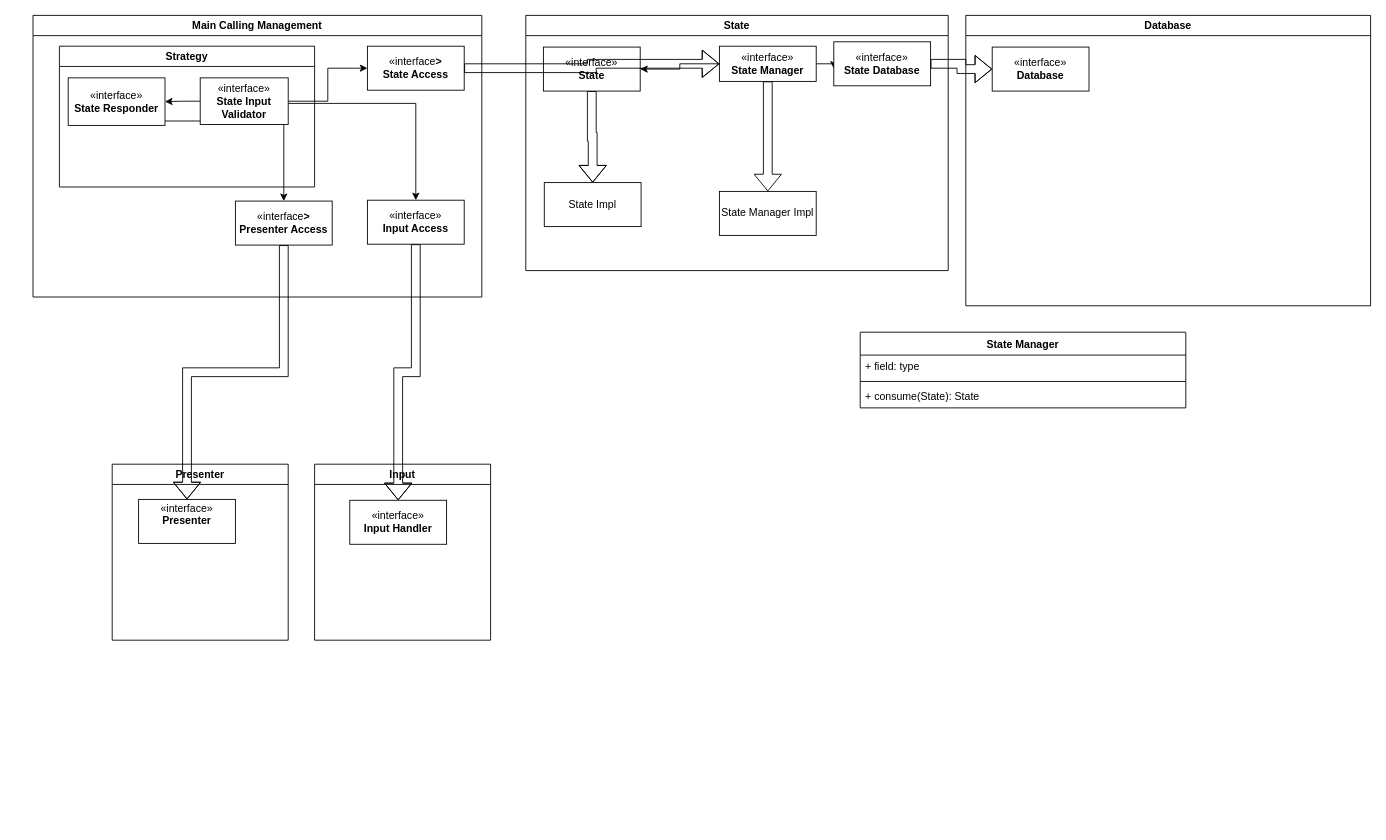
singlerr/UML keeps this draw.io diagram as semaphore.drawio. Above is the earlier version. Source tidied: cells renumbered, new cells numbered last; positions are measured from the earlier drawing's top-left corner, leaving out a move shared by most shapes. Both pictures are drawn from the tidied source at 88%, with x=0, y=0 at pixel (33, 15).
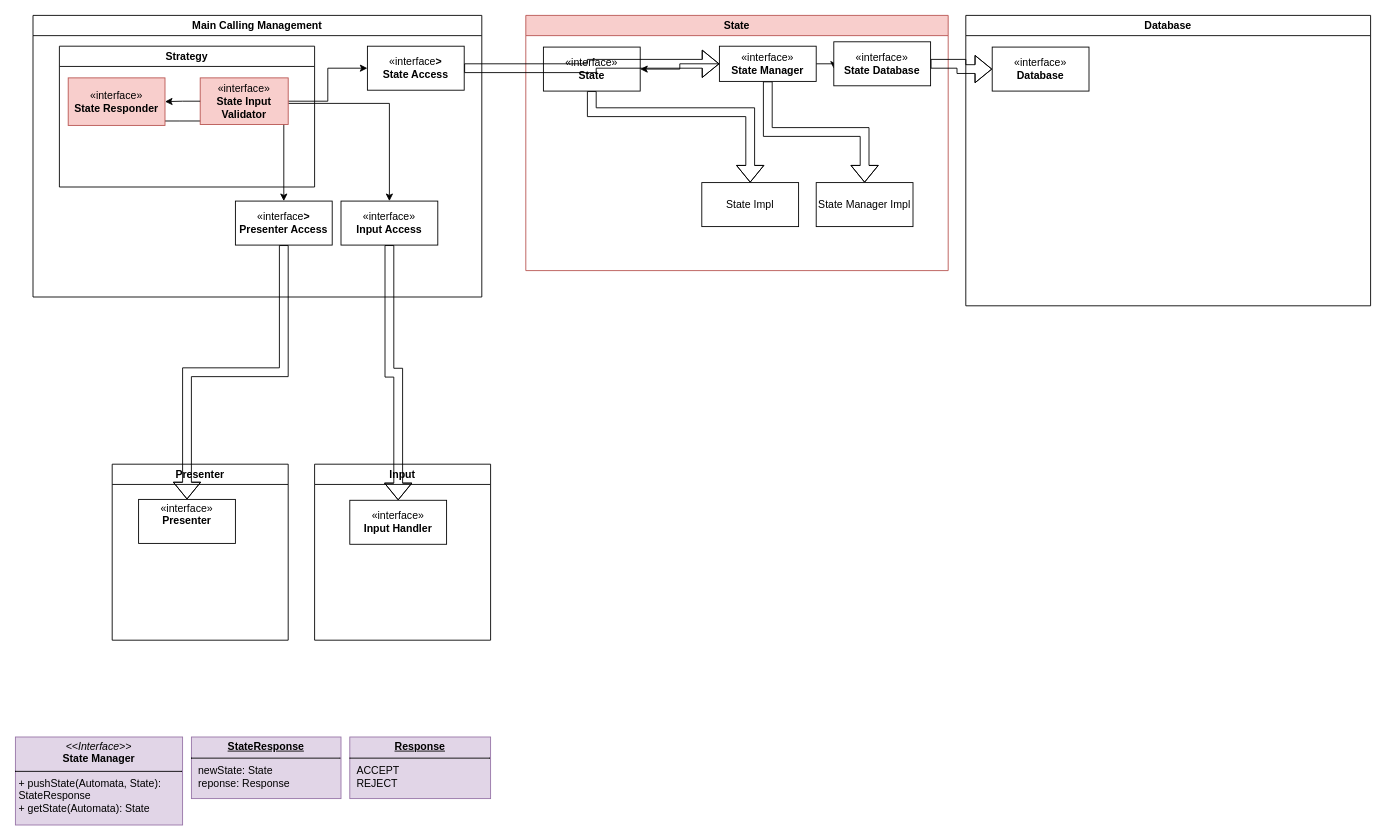
The same page after the edit.

Unchanged cells that the change refers to:
```xml
<mxCell id="9" value="&lt;div&gt;«interface»&lt;/div&gt;&lt;div&gt;&lt;b&gt;State&lt;/b&gt;&lt;br&gt;&lt;/div&gt;" style="html=1;whiteSpace=wrap;" parent="2" vertex="1">
  <mxGeometry x="20" y="36" width="110" height="50" as="geometry" />
</mxCell>
<mxCell id="16" value="Main Calling Management" style="swimlane;" parent="1" vertex="1">
  <mxGeometry width="510" height="320" as="geometry" />
</mxCell>
<mxCell id="23" value="Strategy" style="swimlane;" parent="16" vertex="1">
  <mxGeometry x="30" y="35" width="290" height="160" as="geometry" />
</mxCell>
```

What changed in the source:
```diff
@@
-    <mxCell id="2" value="State" style="swimlane;" parent="1" vertex="1">
+    <mxCell id="2" value="State" style="swimlane;fillColor=#f8cecc;strokeColor=#b85450;" parent="1" vertex="1">
       <mxGeometry x="560" width="480" height="290" as="geometry" />
     </mxCell>
@@
     <mxCell id="7" value="State Manager Impl" style="html=1;whiteSpace=wrap;" parent="2" vertex="1">
-      <mxGeometry x="220" y="200" width="110" height="50" as="geometry" />
+      <mxGeometry x="330" y="190" width="110" height="50" as="geometry" />
     </mxCell>
     <mxCell id="8" style="edgeStyle=orthogonalEdgeStyle;rounded=0;jettySize=auto;html=1;entryX=0.5;entryY=0;entryDx=0;entryDy=0;shape=flexArrow;" parent="2" edge="1" source="9" target="10">
-      <mxGeometry relative="1" as="geometry" />
+      <mxGeometry relative="1" as="geometry">
+        <Array as="points">
+          <mxPoint x="75" y="110" />
+          <mxPoint x="255" y="110" />
+        </Array>
+      </mxGeometry>
     </mxCell>
@@
     <mxCell id="10" value="State Impl" style="html=1;whiteSpace=wrap;" parent="2" vertex="1">
-      <mxGeometry x="21" y="190" width="110" height="50" as="geometry" />
+      <mxGeometry x="200" y="190" width="110" height="50" as="geometry" />
     </mxCell>
@@
     <mxCell id="19" value="«interface»&lt;br&gt;&lt;b&gt;Input Access&lt;/b&gt;" style="html=1;whiteSpace=wrap;" parent="16" vertex="1">
-      <mxGeometry x="380" y="210" width="110" height="50" as="geometry" />
+      <mxGeometry x="350" y="211" width="110" height="50" as="geometry" />
     </mxCell>
@@
-    <mxCell id="24" value="&lt;div&gt;«interface»&lt;/div&gt;&lt;div&gt;&lt;b&gt;State Responder&lt;/b&gt;&lt;br&gt;&lt;/div&gt;" style="html=1;whiteSpace=wrap;" parent="23" vertex="1">
+    <mxCell id="24" value="&lt;div&gt;«interface»&lt;/div&gt;&lt;div&gt;&lt;b&gt;State Responder&lt;/b&gt;&lt;br&gt;&lt;/div&gt;" style="html=1;whiteSpace=wrap;fillColor=#f8cecc;strokeColor=#b85450;" parent="23" vertex="1">
       <mxGeometry x="10" y="36" width="110" height="54" as="geometry" />
     </mxCell>
-    <mxCell id="25" value="«interface»&lt;br&gt;&lt;b&gt;State Input Validator&lt;/b&gt;" style="html=1;whiteSpace=wrap;" parent="23" vertex="1">
+    <mxCell id="25" value="«interface»&lt;br&gt;&lt;b&gt;State Input Validator&lt;/b&gt;" style="html=1;whiteSpace=wrap;fillColor=#f8cecc;strokeColor=#b85450;" parent="23" vertex="1">
       <mxGeometry x="160" y="36" width="100" height="53" as="geometry" />
     </mxCell>
@@
-    <mxCell id="33" value="State Manager" style="swimlane;fontStyle=1;align=center;verticalAlign=top;horizontal=1;startSize=26;whiteSpace=wrap;html=1;" parent="1" vertex="1">
-      <mxGeometry x="940" y="360" width="370" height="86" as="geometry" />
-    </mxCell>
-    <mxCell id="34" value="+ field: type" style="text;strokeColor=none;fillColor=none;align=left;verticalAlign=top;spacingLeft=4;spacingRight=4;overflow=hidden;whiteSpace=wrap;html=1;" parent="33" vertex="1">
-      <mxGeometry y="26" width="370" height="26" as="geometry" />
-    </mxCell>
-    <mxCell id="35" style="line;strokeWidth=1;fillColor=none;align=left;verticalAlign=middle;spacingTop=-1;spacingLeft=3;spacingRight=3;labelPosition=right;strokeColor=inherit;" parent="33" vertex="1">
-      <mxGeometry y="52" width="370" height="8" as="geometry" />
-    </mxCell>
-    <mxCell id="36" value="&lt;div&gt;+ consume(State): State&lt;/div&gt;&lt;div&gt;&lt;br&gt;&lt;/div&gt;" style="text;strokeColor=none;fillColor=none;align=left;verticalAlign=top;spacingLeft=4;spacingRight=4;overflow=hidden;whiteSpace=wrap;html=1;" parent="33" vertex="1">
-      <mxGeometry y="60" width="370" height="26" as="geometry" />
-    </mxCell>
+    <mxCell id="37" value="&lt;p style=&quot;margin:0px;margin-top:4px;text-align:center;&quot;&gt;&lt;i&gt;&amp;lt;&amp;lt;Interface&amp;gt;&amp;gt;&lt;/i&gt;&lt;br&gt;&lt;b&gt;State Manager&lt;/b&gt;&lt;br&gt;&lt;/p&gt;&lt;hr size=&quot;1&quot; style=&quot;border-style:solid;&quot;&gt;&lt;p style=&quot;margin:0px;margin-left:4px;&quot;&gt;+ pushState(Automata, State): StateResponse&lt;br&gt;+ getState(Automata): State&lt;/p&gt;&lt;p style=&quot;margin:0px;margin-left:4px;&quot;&gt;&lt;br&gt;&lt;/p&gt;" style="verticalAlign=top;align=left;overflow=fill;html=1;whiteSpace=wrap;fillColor=#e1d5e7;strokeColor=#9673a6;" parent="1" vertex="1">
+      <mxGeometry x="-20" y="820" width="190" height="100" as="geometry" />
+    </mxCell>
+    <mxCell id="38" value="&lt;p style=&quot;margin:0px;margin-top:4px;text-align:center;text-decoration:underline;&quot;&gt;&lt;b&gt;StateResponse&lt;/b&gt;&lt;br&gt;&lt;/p&gt;&lt;hr size=&quot;1&quot; style=&quot;border-style:solid;&quot;&gt;&lt;p style=&quot;margin:0px;margin-left:8px;&quot;&gt;newState: State&lt;br&gt;reponse: Response&lt;br&gt;&lt;/p&gt;" style="verticalAlign=top;align=left;overflow=fill;html=1;whiteSpace=wrap;fillColor=#e1d5e7;strokeColor=#9673a6;" parent="1" vertex="1">
+      <mxGeometry x="180" y="820" width="170" height="70" as="geometry" />
+    </mxCell>
+    <mxCell id="39" value="&lt;p style=&quot;margin:0px;margin-top:4px;text-align:center;text-decoration:underline;&quot;&gt;&lt;b&gt;Response&lt;/b&gt;&lt;br&gt;&lt;/p&gt;&lt;hr size=&quot;1&quot; style=&quot;border-style:solid;&quot;&gt;&lt;p style=&quot;margin:0px;margin-left:8px;&quot;&gt;ACCEPT&lt;br&gt;REJECT&lt;br&gt;&lt;/p&gt;" style="verticalAlign=top;align=left;overflow=fill;html=1;whiteSpace=wrap;fillColor=#e1d5e7;strokeColor=#9673a6;" parent="1" vertex="1">
+      <mxGeometry x="360" y="820" width="160" height="70" as="geometry" />
+    </mxCell>
```
